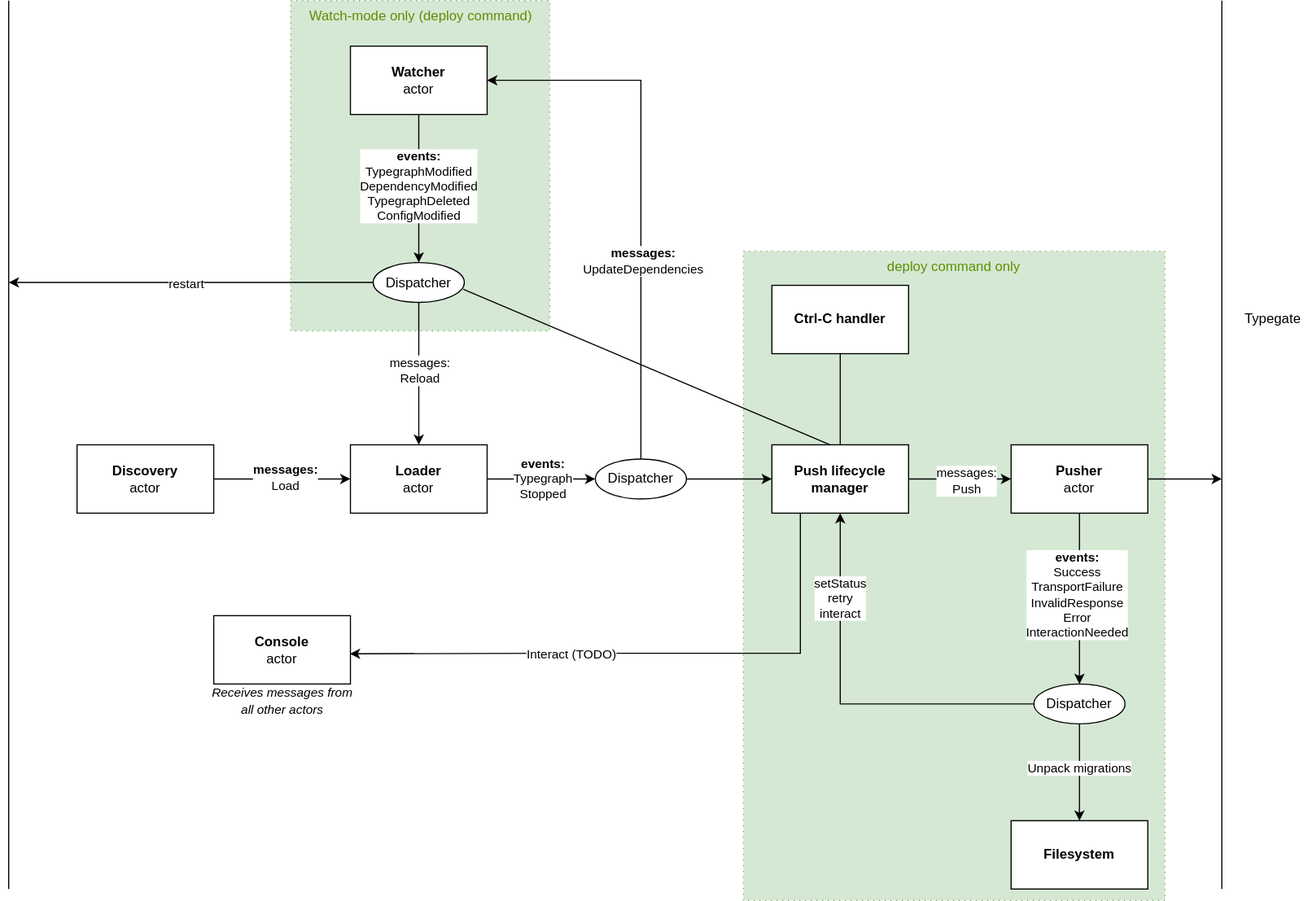
This is meta-cli/src/deploy/actor-model.drawio.svg from metatypedev/metatype, a draw.io export, as it was before one commit. Source tidied: cells renumbered, new cells last; positions are measured from the earlier drawing's top-left corner, leaving out a move shared by most shapes.
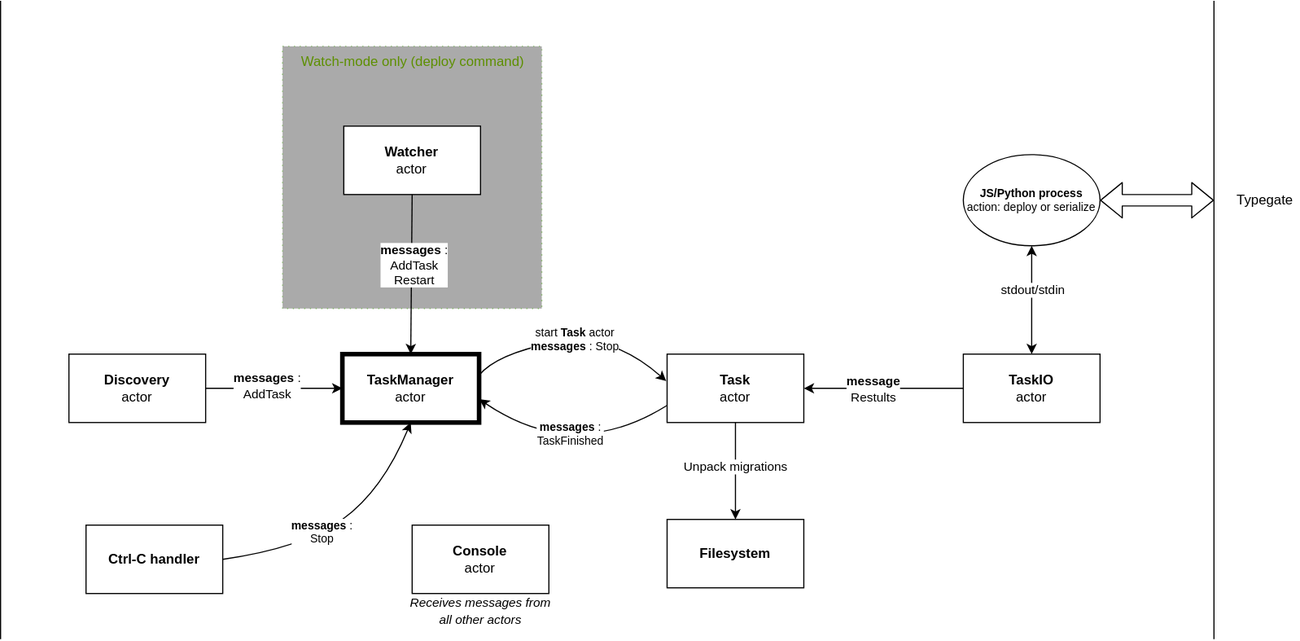
The same file after the commit.

Diff of the diagram source:
```diff
@@ -2,157 +2,121 @@
   <root>
     <mxCell id="0" />
     <mxCell id="1" parent="0" />
-    <mxCell id="2" value="&lt;font color=&quot;#5d8f00&quot;&gt;deploy command only&lt;/font&gt;" style="rounded=0;whiteSpace=wrap;html=1;dashed=1;dashPattern=1 4;verticalAlign=top;fillColor=#d5e8d4;strokeColor=#82b366;" parent="1" vertex="1">
-      <mxGeometry x="645" y="220" width="370" height="570" as="geometry" />
-    </mxCell>
-    <mxCell id="3" value="&lt;font color=&quot;#5d8f00&quot;&gt;Watch-mode only (deploy command)&lt;/font&gt;" style="rounded=0;whiteSpace=wrap;html=1;dashed=1;dashPattern=1 4;verticalAlign=top;fillColor=#d5e8d4;strokeColor=#82b366;" parent="1" vertex="1">
-      <mxGeometry x="247.5" width="227.5" height="290" as="geometry" />
+    <mxCell id="3" value="&lt;font color=&quot;#5d8f00&quot;&gt;Watch-mode only (deploy command)&lt;/font&gt;" style="rounded=0;whiteSpace=wrap;html=1;dashed=1;dashPattern=1 4;verticalAlign=top;fillColor=#aaa;strokeColor=#82b366;" parent="1" vertex="1">
+      <mxGeometry x="247.5" y="120" width="227.5" height="230" as="geometry" />
     </mxCell>
     <mxCell id="4" value="&lt;b&gt;Console&lt;/b&gt;&lt;br&gt;actor" style="rounded=0;whiteSpace=wrap;html=1;" parent="1" vertex="1">
-      <mxGeometry x="180" y="540" width="120" height="60" as="geometry" />
+      <mxGeometry x="361.2" y="540" width="120" height="60" as="geometry" />
     </mxCell>
-    <mxCell id="5" style="edgeStyle=orthogonalEdgeStyle;rounded=0;jettySize=auto;html=1;entryX=0;entryY=0.5;entryDx=0;entryDy=0;" parent="1" edge="1" source="7" target="10">
+    <mxCell id="5" style="edgeStyle=none;html=1;entryX=0;entryY=0.5;entryDx=0;entryDy=0;" parent="1" edge="1" source="7" target="10">
       <mxGeometry relative="1" as="geometry" />
     </mxCell>
-    <mxCell id="6" value="&lt;b&gt;messages:&lt;/b&gt;&lt;br&gt;Load" style="edgeLabel;html=1;align=center;verticalAlign=middle;" parent="5" vertex="1">
-      <mxGeometry x="0.05" y="1" relative="1" as="geometry" />
-    </mxCell>
+    <mxCell id="45" value="&lt;b&gt;messages&lt;/b&gt;:&lt;br&gt;AddTask" style="edgeLabel;html=1;align=center;verticalAlign=middle;" parent="5" vertex="1">
+      <mxGeometry x="-0.1" y="2" relative="1" as="geometry" />
+    </mxCell>
     <mxCell id="7" value="&lt;b&gt;Discovery&lt;/b&gt;&lt;br&gt;actor" style="rounded=0;whiteSpace=wrap;html=1;" parent="1" vertex="1">
       <mxGeometry x="60" y="390" width="120" height="60" as="geometry" />
     </mxCell>
-    <mxCell id="8" style="edgeStyle=orthogonalEdgeStyle;rounded=0;jettySize=auto;html=1;entryX=0;entryY=0.5;entryDx=0;entryDy=0;" parent="1" edge="1" source="10" target="12">
-      <mxGeometry relative="1" as="geometry" />
-    </mxCell>
-    <mxCell id="9" value="&lt;b&gt;events:&lt;/b&gt;&lt;br&gt;Typegraph&lt;br&gt;Stopped" style="edgeLabel;html=1;align=center;verticalAlign=middle;" parent="8" vertex="1">
-      <mxGeometry x="0.03" y="1" relative="1" as="geometry">
-        <mxPoint y="1" as="offset" />
-      </mxGeometry>
-    </mxCell>
-    <mxCell id="10" value="&lt;b&gt;Loader&lt;/b&gt;&lt;br&gt;actor" style="rounded=0;whiteSpace=wrap;html=1;" parent="1" vertex="1">
+    <mxCell id="10" value="&lt;b&gt;TaskManager&lt;/b&gt;&lt;br&gt;actor" style="rounded=0;whiteSpace=wrap;html=1;strokeWidth=4;" parent="1" vertex="1">
       <mxGeometry x="300" y="390" width="120" height="60" as="geometry" />
     </mxCell>
-    <mxCell id="11" style="edgeStyle=orthogonalEdgeStyle;rounded=0;jettySize=auto;html=1;" parent="1" edge="1" source="12" target="32">
-      <mxGeometry relative="1" as="geometry" />
-    </mxCell>
-    <mxCell id="12" value="Dispatcher" style="ellipse;whiteSpace=wrap;html=1;" parent="1" vertex="1">
-      <mxGeometry x="515" y="402.5" width="80" height="35" as="geometry" />
-    </mxCell>
-    <mxCell id="13" style="edgeStyle=orthogonalEdgeStyle;rounded=0;jettySize=auto;html=1;" parent="1" edge="1" source="16">
-      <mxGeometry relative="1" as="geometry">
-        <mxPoint x="1065" y="420" as="targetPoint" />
-      </mxGeometry>
-    </mxCell>
-    <mxCell id="14" style="edgeStyle=orthogonalEdgeStyle;rounded=0;jettySize=auto;html=1;entryX=0.5;entryY=0;entryDx=0;entryDy=0;" parent="1" edge="1" source="16" target="38">
-      <mxGeometry relative="1" as="geometry" />
-    </mxCell>
-    <mxCell id="15" value="&lt;b&gt;events:&lt;/b&gt;&lt;br&gt;Success&lt;br&gt;TransportFailure&lt;br&gt;InvalidResponse&lt;br&gt;Error&lt;br&gt;InteractionNeeded" style="edgeLabel;html=1;align=center;verticalAlign=middle;" parent="14" vertex="1">
-      <mxGeometry x="-0.04" y="-2" relative="1" as="geometry" />
-    </mxCell>
-    <mxCell id="16" value="&lt;b&gt;Pusher&lt;/b&gt;&lt;br&gt;actor" style="rounded=0;whiteSpace=wrap;html=1;" parent="1" vertex="1">
-      <mxGeometry x="880" y="390" width="120" height="60" as="geometry" />
-    </mxCell>
-    <mxCell id="17" style="edgeStyle=orthogonalEdgeStyle;rounded=0;jettySize=auto;html=1;entryX=0.5;entryY=0;entryDx=0;entryDy=0;labelBackgroundColor=none;" parent="1" edge="1" source="19" target="22">
-      <mxGeometry relative="1" as="geometry" />
-    </mxCell>
-    <mxCell id="18" value="&lt;b&gt;events:&lt;/b&gt;&lt;br&gt;TypegraphModified&lt;br&gt;DependencyModified&lt;br&gt;TypegraphDeleted&lt;br&gt;ConfigModified" style="edgeLabel;html=1;align=center;verticalAlign=middle;" parent="17" vertex="1">
-      <mxGeometry x="-0.03" relative="1" as="geometry" />
-    </mxCell>
+    <mxCell id="46" style="edgeStyle=none;html=1;exitX=0.5;exitY=1;exitDx=0;exitDy=0;entryX=0.5;entryY=0;entryDx=0;entryDy=0;" parent="1" edge="1" source="19" target="10">
+      <mxGeometry relative="1" as="geometry" />
+    </mxCell>
+    <mxCell id="47" value="&lt;b&gt;messages&lt;/b&gt;:&lt;br&gt;AddTask&lt;br&gt;Restart" style="edgeLabel;html=1;align=center;verticalAlign=middle;" parent="46" vertex="1">
+      <mxGeometry x="-0.13" y="2" relative="1" as="geometry" />
+    </mxCell>
     <mxCell id="19" value="&lt;b&gt;Watcher&lt;/b&gt;&lt;br&gt;actor" style="rounded=0;whiteSpace=wrap;html=1;" parent="1" vertex="1">
-      <mxGeometry x="300" y="40" width="120" height="60" as="geometry" />
+      <mxGeometry x="301.2" y="190" width="120" height="60" as="geometry" />
     </mxCell>
-    <mxCell id="20" style="edgeStyle=orthogonalEdgeStyle;rounded=0;jettySize=auto;html=1;" parent="1" edge="1" source="22">
-      <mxGeometry relative="1" as="geometry">
-        <mxPoint y="247.5" as="targetPoint" />
-      </mxGeometry>
-    </mxCell>
-    <mxCell id="21" value="restart" style="edgeLabel;html=1;align=center;verticalAlign=middle;" parent="20" vertex="1">
-      <mxGeometry x="0.03" y="1" relative="1" as="geometry" />
-    </mxCell>
-    <mxCell id="22" value="Dispatcher" style="ellipse;whiteSpace=wrap;html=1;" parent="1" vertex="1">
-      <mxGeometry x="320" y="230" width="80" height="35" as="geometry" />
-    </mxCell>
-    <mxCell id="23" style="edgeStyle=orthogonalEdgeStyle;rounded=0;jettySize=auto;html=1;entryX=0.5;entryY=0;entryDx=0;entryDy=0;" parent="1" edge="1" source="22" target="10">
-      <mxGeometry relative="1" as="geometry" />
-    </mxCell>
-    <mxCell id="24" value="messages:&lt;br&gt;Reload" style="edgeLabel;html=1;align=center;verticalAlign=middle;" parent="23" vertex="1">
-      <mxGeometry x="-0.05" y="1" relative="1" as="geometry" />
-    </mxCell>
-    <mxCell id="25" style="edgeStyle=orthogonalEdgeStyle;rounded=0;jettySize=auto;html=1;entryX=1;entryY=0.5;entryDx=0;entryDy=0;" parent="1" edge="1" source="12" target="19">
-      <mxGeometry relative="1" as="geometry">
-        <Array as="points">
-          <mxPoint x="555" y="70" />
-        </Array>
-      </mxGeometry>
-    </mxCell>
-    <mxCell id="26" value="&lt;b&gt;messages:&lt;/b&gt;&lt;br&gt;UpdateDependencies" style="edgeLabel;html=1;align=center;verticalAlign=middle;" parent="25" vertex="1">
-      <mxGeometry x="-0.26" y="-2" relative="1" as="geometry" />
-    </mxCell>
     <mxCell id="27" style="endArrow=none;html=1;rounded=0;" parent="1" edge="1">
       <mxGeometry relative="1" as="geometry">
-        <mxPoint x="1065" y="780" as="sourcePoint" />
-        <mxPoint x="1065" as="targetPoint" />
+        <mxPoint x="1065" y="640" as="sourcePoint" />
+        <mxPoint x="1065" y="80" as="targetPoint" />
       </mxGeometry>
     </mxCell>
     <mxCell id="28" value="Typegate" style="text;html=1;strokeColor=none;fillColor=none;align=center;verticalAlign=middle;whiteSpace=wrap;rounded=0;" parent="1" vertex="1">
-      <mxGeometry x="1080" y="265" width="60" height="30" as="geometry" />
+      <mxGeometry x="1080" y="240" width="60" height="30" as="geometry" />
     </mxCell>
     <mxCell id="29" style="endArrow=none;html=1;rounded=0;" parent="1" edge="1">
       <mxGeometry relative="1" as="geometry">
-        <mxPoint y="780" as="sourcePoint" />
-        <mxPoint as="targetPoint" />
+        <mxPoint y="640" as="sourcePoint" />
+        <mxPoint y="80" as="targetPoint" />
       </mxGeometry>
     </mxCell>
-    <mxCell id="30" style="edgeStyle=orthogonalEdgeStyle;rounded=0;jettySize=auto;html=1;entryX=0;entryY=0.5;entryDx=0;entryDy=0;" parent="1" edge="1" source="32" target="16">
-      <mxGeometry relative="1" as="geometry" />
-    </mxCell>
-    <mxCell id="31" value="messages:&lt;br&gt;Push" style="edgeLabel;html=1;align=center;verticalAlign=middle;" parent="30" vertex="1">
-      <mxGeometry x="0.12" y="-1" relative="1" as="geometry">
-        <mxPoint y="1" as="offset" />
-      </mxGeometry>
-    </mxCell>
-    <mxCell id="32" value="&lt;b&gt;Push lifecycle manager&lt;/b&gt;" style="rounded=0;whiteSpace=wrap;html=1;" parent="1" vertex="1">
-      <mxGeometry x="670" y="390" width="120" height="60" as="geometry" />
-    </mxCell>
     <mxCell id="33" value="&lt;b&gt;Ctrl-C handler&lt;/b&gt;" style="rounded=0;whiteSpace=wrap;html=1;" parent="1" vertex="1">
-      <mxGeometry x="670" y="250" width="120" height="60" as="geometry" />
+      <mxGeometry x="75" y="540" width="120" height="60" as="geometry" />
     </mxCell>
-    <mxCell id="34" style="endArrow=none;html=1;rounded=0;entryX=0.5;entryY=1;entryDx=0;entryDy=0;exitX=0.5;exitY=0;exitDx=0;exitDy=0;" parent="1" edge="1" source="32" target="33">
-      <mxGeometry relative="1" as="geometry" />
-    </mxCell>
-    <mxCell id="35" style="endArrow=none;html=1;rounded=0;exitX=0.425;exitY=0;exitDx=0;exitDy=0;exitPerimeter=0;entryX=0.988;entryY=0.671;entryDx=0;entryDy=0;entryPerimeter=0;" parent="1" edge="1" source="32" target="22">
-      <mxGeometry relative="1" as="geometry" />
-    </mxCell>
-    <mxCell id="36" style="edgeStyle=orthogonalEdgeStyle;rounded=0;jettySize=auto;html=1;entryX=0.5;entryY=1;entryDx=0;entryDy=0;" parent="1" edge="1" source="38" target="32">
-      <mxGeometry relative="1" as="geometry" />
-    </mxCell>
-    <mxCell id="37" value="setStatus&lt;br&gt;retry&lt;br&gt;interact" style="edgeLabel;html=1;align=center;verticalAlign=middle;" parent="36" vertex="1">
-      <mxGeometry x="0.56" relative="1" as="geometry" />
-    </mxCell>
-    <mxCell id="38" value="Dispatcher" style="ellipse;whiteSpace=wrap;html=1;" parent="1" vertex="1">
-      <mxGeometry x="900" y="600" width="80" height="35" as="geometry" />
-    </mxCell>
     <mxCell id="39" value="&lt;b&gt;Filesystem&lt;/b&gt;" style="rounded=0;whiteSpace=wrap;html=1;" parent="1" vertex="1">
-      <mxGeometry x="880" y="720" width="120" height="60" as="geometry" />
+      <mxGeometry x="585" y="535" width="120" height="60" as="geometry" />
     </mxCell>
-    <mxCell id="40" style="edgeStyle=orthogonalEdgeStyle;rounded=0;jettySize=auto;html=1;entryX=0.5;entryY=0;entryDx=0;entryDy=0;" parent="1" edge="1" source="38" target="39">
+    <mxCell id="40" style="edgeStyle=orthogonalEdgeStyle;rounded=0;jettySize=auto;html=1;entryX=0.5;entryY=0;entryDx=0;entryDy=0;exitX=0.5;exitY=1;exitDx=0;exitDy=0;" parent="1" edge="1" source="48" target="39">
       <mxGeometry relative="1" as="geometry" />
     </mxCell>
     <mxCell id="41" value="Unpack migrations" style="edgeLabel;html=1;align=center;verticalAlign=middle;" parent="40" vertex="1">
       <mxGeometry x="-0.09" relative="1" as="geometry" />
     </mxCell>
     <mxCell id="42" value="&lt;font size=&quot;1&quot; style=&quot;&quot;&gt;&lt;i style=&quot;font-size: 11px;&quot;&gt;Receives messages from all other actors&lt;/i&gt;&lt;/font&gt;" style="text;html=1;strokeColor=none;fillColor=none;align=center;verticalAlign=middle;whiteSpace=wrap;rounded=0;" parent="1" vertex="1">
-      <mxGeometry x="173.8" y="600" width="132.5" height="30" as="geometry" />
+      <mxGeometry x="355" y="600" width="132.5" height="30" as="geometry" />
     </mxCell>
-    <mxCell id="43" style="edgeStyle=orthogonalEdgeStyle;rounded=0;jettySize=auto;html=1;entryX=0.996;entryY=0.558;entryDx=0;entryDy=0;entryPerimeter=0;" parent="1" edge="1" source="32" target="4">
-      <mxGeometry relative="1" as="geometry">
-        <Array as="points">
-          <mxPoint x="695" y="573" />
-          <mxPoint x="485" y="573" />
-        </Array>
-      </mxGeometry>
-    </mxCell>
-    <mxCell id="44" value="Interact (TODO)" style="edgeLabel;html=1;align=center;verticalAlign=middle;" parent="43" vertex="1">
-      <mxGeometry x="0.25" y="1" relative="1" as="geometry" />
-    </mxCell>
+    <mxCell id="48" value="&lt;b&gt;Task&lt;/b&gt;&lt;br&gt;actor" style="rounded=0;whiteSpace=wrap;html=1;" parent="1" vertex="1">
+      <mxGeometry x="585" y="390" width="120" height="60" as="geometry" />
+    </mxCell>
+    <mxCell id="49" value="&lt;b&gt;JS/Python process&lt;/b&gt;&lt;br&gt;action: deploy or serialize" style="ellipse;whiteSpace=wrap;html=1;fontSize=10;" parent="1" vertex="1">
+      <mxGeometry x="845" y="215" width="120" height="80" as="geometry" />
+    </mxCell>
+    <mxCell id="50" style="curved=1;endArrow=classic;html=1;fontSize=10;entryX=0.5;entryY=1;entryDx=0;entryDy=0;exitX=1;exitY=0.5;exitDx=0;exitDy=0;" parent="1" edge="1" source="33" target="10">
+      <mxGeometry relative="1" as="geometry">
+        <Array as="points">
+          <mxPoint x="265" y="560" />
+          <mxPoint x="335" y="510" />
+        </Array>
+      </mxGeometry>
+    </mxCell>
+    <mxCell id="51" value="&lt;b&gt;messages&lt;/b&gt;:&lt;br&gt;Stop" style="edgeLabel;html=1;align=center;verticalAlign=middle;fontSize=10;" parent="50" vertex="1">
+      <mxGeometry x="-0.17" y="2" relative="1" as="geometry" />
+    </mxCell>
+    <mxCell id="52" style="curved=1;endArrow=classic;html=1;fontSize=10;entryX=-0.006;entryY=0.394;entryDx=0;entryDy=0;entryPerimeter=0;exitX=0.997;exitY=0.314;exitDx=0;exitDy=0;exitPerimeter=0;" parent="1" edge="1" source="10" target="48">
+      <mxGeometry relative="1" as="geometry">
+        <Array as="points">
+          <mxPoint x="435" y="390" />
+          <mxPoint x="535" y="370" />
+        </Array>
+      </mxGeometry>
+    </mxCell>
+    <mxCell id="53" value="start &lt;b&gt;Task&lt;/b&gt; actor&lt;br&gt;&lt;b&gt;messages&lt;/b&gt;: Stop" style="edgeLabel;html=1;align=center;verticalAlign=middle;fontSize=10;" parent="52" vertex="1">
+      <mxGeometry x="-0.02" relative="1" as="geometry" />
+    </mxCell>
+    <mxCell id="54" style="curved=1;endArrow=classic;html=1;fontSize=10;entryX=1.001;entryY=0.658;entryDx=0;entryDy=0;exitX=0;exitY=0.75;exitDx=0;exitDy=0;entryPerimeter=0;" parent="1" edge="1" source="48" target="10">
+      <mxGeometry relative="1" as="geometry">
+        <Array as="points">
+          <mxPoint x="545" y="460" />
+          <mxPoint x="465" y="460" />
+        </Array>
+      </mxGeometry>
+    </mxCell>
+    <mxCell id="55" value="&lt;b&gt;messages&lt;/b&gt;:&lt;br&gt;TaskFinished" style="edgeLabel;html=1;align=center;verticalAlign=middle;fontSize=10;" parent="54" vertex="1">
+      <mxGeometry x="0.02" relative="1" as="geometry" />
+    </mxCell>
+    <mxCell id="56" style="edgeStyle=none;html=1;exitX=0;exitY=0.5;exitDx=0;exitDy=0;entryX=1;entryY=0.5;entryDx=0;entryDy=0;" parent="1" edge="1" source="58" target="48">
+      <mxGeometry relative="1" as="geometry" />
+    </mxCell>
+    <mxCell id="57" value="&lt;b&gt;message&lt;/b&gt;&lt;br&gt;Restults" style="edgeLabel;html=1;align=center;verticalAlign=middle;" parent="56" vertex="1">
+      <mxGeometry x="0.13" y="1" relative="1" as="geometry" />
+    </mxCell>
+    <mxCell id="58" value="&lt;b&gt;TaskIO&lt;/b&gt;&lt;br&gt;actor" style="rounded=0;whiteSpace=wrap;html=1;" parent="1" vertex="1">
+      <mxGeometry x="845" y="390" width="120" height="60" as="geometry" />
+    </mxCell>
+    <mxCell id="59" style="endArrow=classic;startArrow=classic;html=1;exitX=0.5;exitY=0;exitDx=0;exitDy=0;entryX=0.5;entryY=1;entryDx=0;entryDy=0;" parent="1" edge="1" source="58" target="49">
+      <mxGeometry relative="1" as="geometry" />
+    </mxCell>
+    <mxCell id="60" value="stdout/stdin" style="edgeLabel;html=1;align=center;verticalAlign=middle;" parent="59" vertex="1">
+      <mxGeometry x="0.18" y="-1" relative="1" as="geometry" />
+    </mxCell>
+    <mxCell id="61" style="shape=flexArrow;endArrow=classic;startArrow=classic;html=1;exitX=1;exitY=0.5;exitDx=0;exitDy=0;" parent="1" edge="1" source="49">
+      <mxGeometry relative="1" as="geometry">
+        <mxPoint x="1065" y="255" as="targetPoint" />
+      </mxGeometry>
+    </mxCell>
   </root>
 </mxGraphModel>
```
